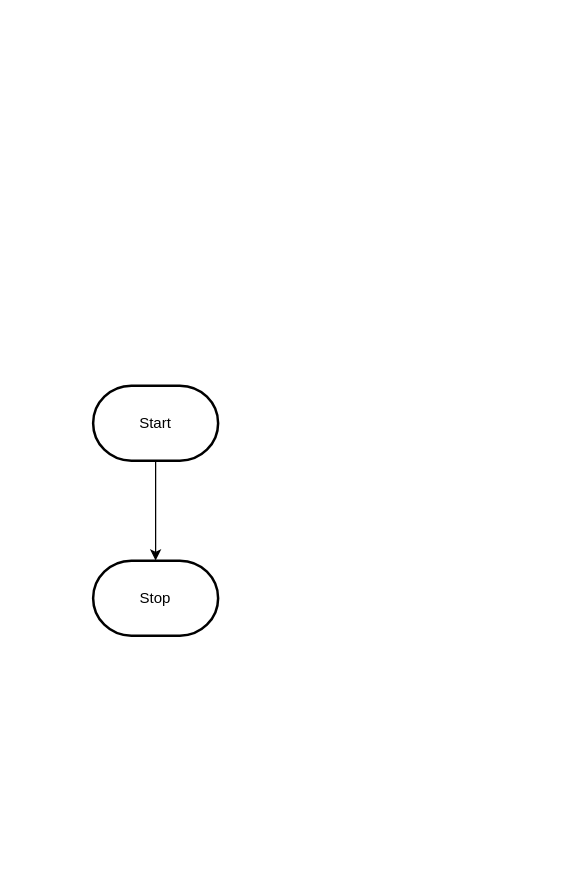
Earlier version of the draw.io diagram design/flowchart.drawio (MTHS-ICS2O-2-2022/ICS2O-Unit-5-06-charlotte-jhu). Source tidied: cells renumbered, new cells numbered last; positions are measured from the earlier drawing's top-left corner, leaving out a move shared by most shapes. Both pictures are drawn from the tidied source at 125%, with x=0, y=0 at pixel (92, 385).
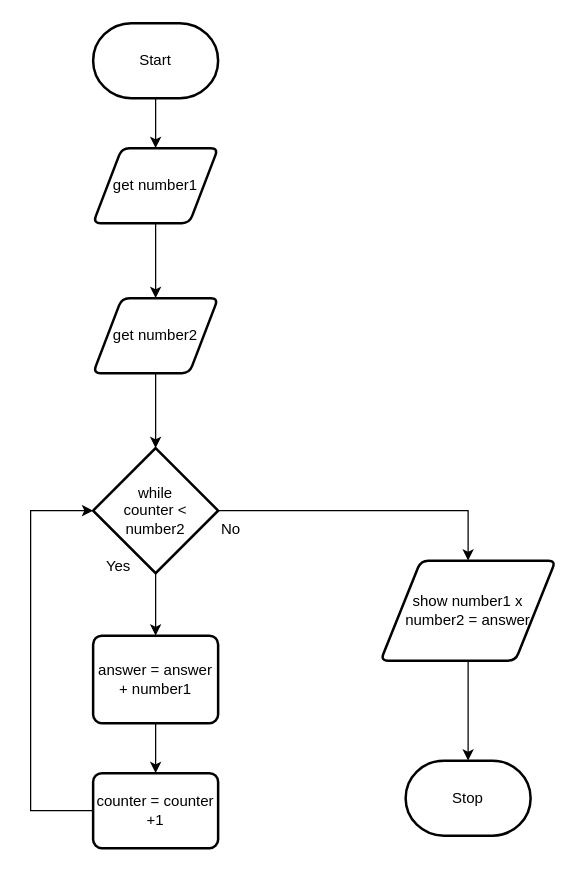
The same page after the edit.

The edit, as a diff of the source:
```diff
@@
-    <mxCell id="2" style="edgeStyle=orthogonalEdgeStyle;html=1;rounded=0;" parent="1" edge="1" source="3" target="4">
-      <mxGeometry relative="1" as="geometry" />
-    </mxCell>
+    <mxCell id="5" style="edgeStyle=orthogonalEdgeStyle;html=1;exitX=0.5;exitY=1;exitDx=0;exitDy=0;exitPerimeter=0;entryX=0.5;entryY=0;entryDx=0;entryDy=0;rounded=0;" parent="1" edge="1" source="3" target="2">
+      <mxGeometry relative="1" as="geometry" />
+    </mxCell>
     <mxCell id="3" value="Start" style="strokeWidth=2;html=1;shape=mxgraph.flowchart.terminator;whiteSpace=wrap;" parent="1" vertex="1">
-      <mxGeometry width="100" height="60" as="geometry" />
+      <mxGeometry y="-290" width="100" height="60" as="geometry" />
     </mxCell>
     <mxCell id="4" value="Stop" style="strokeWidth=2;html=1;shape=mxgraph.flowchart.terminator;whiteSpace=wrap;" parent="1" vertex="1">
-      <mxGeometry y="140" width="100" height="60" as="geometry" />
+      <mxGeometry x="250" y="300" width="100" height="60" as="geometry" />
     </mxCell>
+    <mxCell id="6" style="edgeStyle=orthogonalEdgeStyle;rounded=0;html=1;exitX=0.5;exitY=1;exitDx=0;exitDy=0;" parent="1" edge="1" source="2" target="8">
+      <mxGeometry relative="1" as="geometry" />
+    </mxCell>
+    <mxCell id="2" value="get number1" style="shape=parallelogram;html=1;strokeWidth=2;perimeter=parallelogramPerimeter;whiteSpace=wrap;rounded=1;arcSize=12;size=0.23;" parent="1" vertex="1">
+      <mxGeometry y="-190" width="100" height="60" as="geometry" />
+    </mxCell>
+    <mxCell id="7" style="edgeStyle=orthogonalEdgeStyle;rounded=0;html=1;exitX=0.5;exitY=1;exitDx=0;exitDy=0;" parent="1" edge="1" source="8" target="11">
+      <mxGeometry relative="1" as="geometry" />
+    </mxCell>
+    <mxCell id="8" value="get number2" style="shape=parallelogram;html=1;strokeWidth=2;perimeter=parallelogramPerimeter;whiteSpace=wrap;rounded=1;arcSize=12;size=0.23;" parent="1" vertex="1">
+      <mxGeometry y="-70" width="100" height="60" as="geometry" />
+    </mxCell>
+    <mxCell id="9" style="edgeStyle=orthogonalEdgeStyle;rounded=0;html=1;exitX=0.5;exitY=1;exitDx=0;exitDy=0;exitPerimeter=0;" parent="1" edge="1" source="11">
+      <mxGeometry relative="1" as="geometry">
+        <mxPoint x="50" y="200" as="targetPoint" />
+      </mxGeometry>
+    </mxCell>
+    <mxCell id="10" style="edgeStyle=orthogonalEdgeStyle;rounded=0;html=1;exitX=1;exitY=0.5;exitDx=0;exitDy=0;exitPerimeter=0;entryX=0.5;entryY=0;entryDx=0;entryDy=0;" parent="1" edge="1" source="11" target="17">
+      <mxGeometry relative="1" as="geometry" />
+    </mxCell>
+    <mxCell id="11" value="while&lt;br&gt;counter &amp;lt; number2" style="strokeWidth=2;html=1;shape=mxgraph.flowchart.decision;whiteSpace=wrap;" parent="1" vertex="1">
+      <mxGeometry y="50" width="100" height="100" as="geometry" />
+    </mxCell>
+    <mxCell id="12" style="edgeStyle=orthogonalEdgeStyle;rounded=0;html=1;exitX=0.5;exitY=1;exitDx=0;exitDy=0;entryX=0.5;entryY=0;entryDx=0;entryDy=0;" parent="1" edge="1" source="13" target="15">
+      <mxGeometry relative="1" as="geometry" />
+    </mxCell>
+    <mxCell id="13" value="answer = answer + number1" style="rounded=1;whiteSpace=wrap;html=1;absoluteArcSize=1;arcSize=14;strokeWidth=2;" parent="1" vertex="1">
+      <mxGeometry y="200" width="100" height="70" as="geometry" />
+    </mxCell>
+    <mxCell id="14" style="edgeStyle=orthogonalEdgeStyle;rounded=0;html=1;exitX=0;exitY=0.5;exitDx=0;exitDy=0;entryX=0;entryY=0.5;entryDx=0;entryDy=0;entryPerimeter=0;" parent="1" edge="1" source="15" target="11">
+      <mxGeometry relative="1" as="geometry">
+        <Array as="points">
+          <mxPoint x="-50" y="340" />
+          <mxPoint x="-50" y="100" />
+        </Array>
+      </mxGeometry>
+    </mxCell>
+    <mxCell id="15" value="counter = counter +1" style="rounded=1;whiteSpace=wrap;html=1;absoluteArcSize=1;arcSize=14;strokeWidth=2;" parent="1" vertex="1">
+      <mxGeometry y="310" width="100" height="60" as="geometry" />
+    </mxCell>
+    <mxCell id="16" style="edgeStyle=orthogonalEdgeStyle;rounded=0;html=1;exitX=0.5;exitY=1;exitDx=0;exitDy=0;entryX=0.5;entryY=0;entryDx=0;entryDy=0;entryPerimeter=0;" parent="1" edge="1" source="17" target="4">
+      <mxGeometry relative="1" as="geometry" />
+    </mxCell>
+    <mxCell id="17" value="show number1 x number2 = answer" style="shape=parallelogram;html=1;strokeWidth=2;perimeter=parallelogramPerimeter;whiteSpace=wrap;rounded=1;arcSize=12;size=0.23;" parent="1" vertex="1">
+      <mxGeometry x="230" y="140" width="140" height="80" as="geometry" />
+    </mxCell>
+    <mxCell id="18" value="Yes" style="text;html=1;align=center;verticalAlign=middle;strokeColor=none;fillColor=none;" parent="1" vertex="1">
+      <mxGeometry y="130" width="40" height="30" as="geometry" />
+    </mxCell>
+    <mxCell id="19" value="No" style="text;html=1;align=center;verticalAlign=middle;strokeColor=none;fillColor=none;" parent="1" vertex="1">
+      <mxGeometry x="90" y="100" width="40" height="30" as="geometry" />
+    </mxCell>
```
